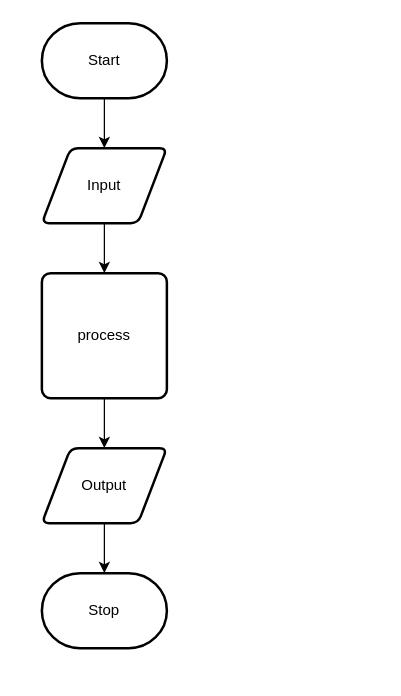
ekaterina-chernykh/ICS20-Unit-6-02 keeps this draw.io diagram as design/flow-chart.drawio. Above is the earlier version. Source tidied: cells renumbered, new cells numbered last; positions are measured from the earlier drawing's top-left corner, leaving out a move shared by most shapes. Both pictures are drawn from the tidied source at 125%, with x=0, y=0 at pixel (41, 22).
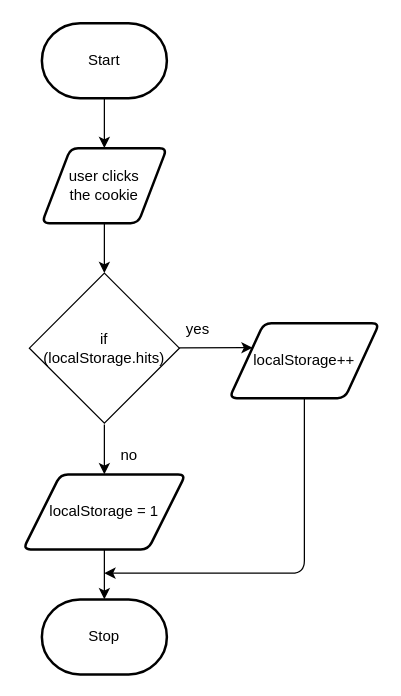
The same page after the edit.

Commit message (it also covers changes not shown here):
flow chart

Change to the diagram source:
```diff
@@
 <mxGraphModel>
   <root>
     <mxCell id="0" />
     <mxCell id="1" parent="0" />
-    <mxCell id="2" style="edgeStyle=none;html=1;" parent="1" edge="1" source="3" target="5">
-      <mxGeometry relative="1" as="geometry" />
-    </mxCell>
+    <mxCell id="8" style="edgeStyle=none;html=1;" parent="1" edge="1" source="3" target="12">
+      <mxGeometry relative="1" as="geometry" />
+    </mxCell>
     <mxCell id="3" value="Start" style="strokeWidth=2;html=1;shape=mxgraph.flowchart.terminator;whiteSpace=wrap;" parent="1" vertex="1">
       <mxGeometry width="100" height="60" as="geometry" />
     </mxCell>
-    <mxCell id="4" style="edgeStyle=none;html=1;" parent="1" edge="1" source="5" target="7">
-      <mxGeometry relative="1" as="geometry" />
-    </mxCell>
-    <mxCell id="5" value="Input" style="shape=parallelogram;html=1;strokeWidth=2;perimeter=parallelogramPerimeter;whiteSpace=wrap;rounded=1;arcSize=12;size=0.23;" parent="1" vertex="1">
-      <mxGeometry y="100" width="100" height="60" as="geometry" />
-    </mxCell>
-    <mxCell id="6" style="edgeStyle=none;html=1;" parent="1" edge="1" source="7" target="9">
-      <mxGeometry relative="1" as="geometry" />
-    </mxCell>
-    <mxCell id="7" value="process" style="rounded=1;whiteSpace=wrap;html=1;absoluteArcSize=1;arcSize=14;strokeWidth=2;" parent="1" vertex="1">
-      <mxGeometry y="200" width="100" height="100" as="geometry" />
-    </mxCell>
-    <mxCell id="8" style="edgeStyle=none;html=1;" parent="1" edge="1" source="9" target="10">
-      <mxGeometry relative="1" as="geometry" />
-    </mxCell>
-    <mxCell id="9" value="Output" style="shape=parallelogram;html=1;strokeWidth=2;perimeter=parallelogramPerimeter;whiteSpace=wrap;rounded=1;arcSize=12;size=0.23;" parent="1" vertex="1">
-      <mxGeometry y="340" width="100" height="60" as="geometry" />
-    </mxCell>
+    <mxCell id="11" style="edgeStyle=none;html=1;" parent="1" edge="1" source="12">
+      <mxGeometry relative="1" as="geometry">
+        <mxPoint x="50" y="200" as="targetPoint" />
+      </mxGeometry>
+    </mxCell>
+    <mxCell id="12" value="user clicks &lt;br&gt;the cookie" style="shape=parallelogram;html=1;strokeWidth=2;perimeter=parallelogramPerimeter;whiteSpace=wrap;rounded=1;arcSize=12;size=0.23;" parent="1" vertex="1">
+      <mxGeometry y="100" width="100" height="60" as="geometry" />
+    </mxCell>
+    <mxCell id="13" style="edgeStyle=none;html=1;" parent="1" edge="1" target="15">
+      <mxGeometry relative="1" as="geometry">
+        <mxPoint x="50" y="321" as="sourcePoint" />
+      </mxGeometry>
+    </mxCell>
+    <mxCell id="14" style="edgeStyle=none;html=1;" parent="1" edge="1" source="15" target="10">
+      <mxGeometry relative="1" as="geometry" />
+    </mxCell>
+    <mxCell id="15" value="localStorage = 1" style="shape=parallelogram;html=1;strokeWidth=2;perimeter=parallelogramPerimeter;whiteSpace=wrap;rounded=1;arcSize=12;size=0.23;" parent="1" vertex="1">
+      <mxGeometry x="-15" y="361" width="130" height="60" as="geometry" />
+    </mxCell>
     <mxCell id="10" value="Stop" style="strokeWidth=2;html=1;shape=mxgraph.flowchart.terminator;whiteSpace=wrap;" parent="1" vertex="1">
-      <mxGeometry y="440" width="100" height="60" as="geometry" />
+      <mxGeometry y="461" width="100" height="60" as="geometry" />
     </mxCell>
+    <mxCell id="16" style="edgeStyle=none;html=1;entryX=0;entryY=0.25;entryDx=0;entryDy=0;" parent="1" edge="1" source="17" target="19">
+      <mxGeometry relative="1" as="geometry" />
+    </mxCell>
+    <mxCell id="17" value="if &lt;br&gt;(localStorage.hits)" style="rhombus;whiteSpace=wrap;html=1;" parent="1" vertex="1">
+      <mxGeometry x="-10" y="200" width="120" height="120" as="geometry" />
+    </mxCell>
+    <mxCell id="18" style="edgeStyle=none;html=1;exitX=0.5;exitY=1;exitDx=0;exitDy=0;" parent="1" edge="1" source="19">
+      <mxGeometry relative="1" as="geometry">
+        <mxPoint x="50" y="440" as="targetPoint" />
+        <Array as="points">
+          <mxPoint x="210" y="440" />
+        </Array>
+      </mxGeometry>
+    </mxCell>
+    <mxCell id="19" value="localStorage++" style="shape=parallelogram;html=1;strokeWidth=2;perimeter=parallelogramPerimeter;whiteSpace=wrap;rounded=1;arcSize=12;size=0.23;" parent="1" vertex="1">
+      <mxGeometry x="150" y="240" width="120" height="60" as="geometry" />
+    </mxCell>
+    <mxCell id="20" value="yes" style="text;html=1;strokeColor=none;fillColor=none;align=center;verticalAlign=middle;whiteSpace=wrap;rounded=0;" parent="1" vertex="1">
+      <mxGeometry x="95" y="230" width="60" height="30" as="geometry" />
+    </mxCell>
+    <mxCell id="21" value="no" style="text;html=1;strokeColor=none;fillColor=none;align=center;verticalAlign=middle;whiteSpace=wrap;rounded=0;" parent="1" vertex="1">
+      <mxGeometry x="40" y="331" width="60" height="30" as="geometry" />
+    </mxCell>
   </root>
 </mxGraphModel>
```
